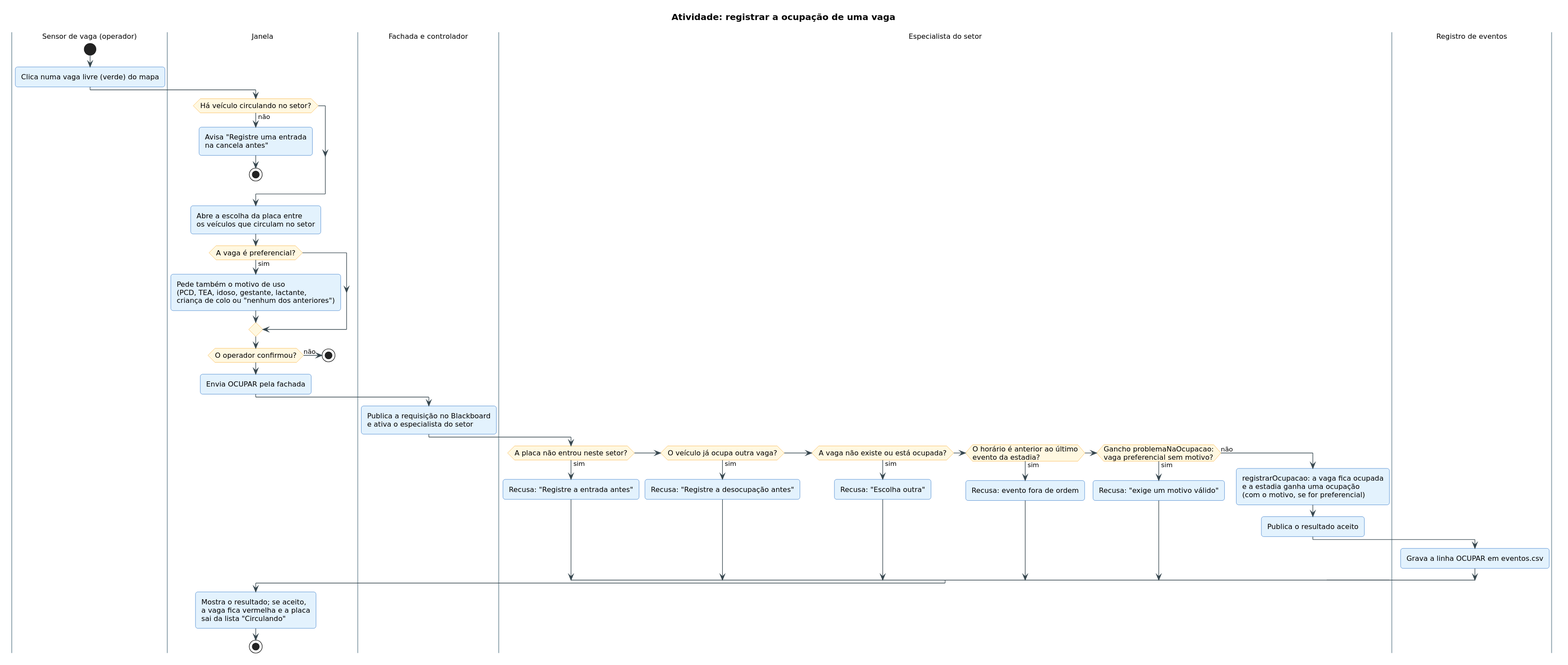
Before: faculdade/arquitetura-e-padroes-de-software/atividades_para_entregar/trabalho_final/descricao-arquitetural/diagramas/atividade-ocupacao.svg, a diagram exported from PlantUML (MatheusKubrusly/caderno-de-estudos).
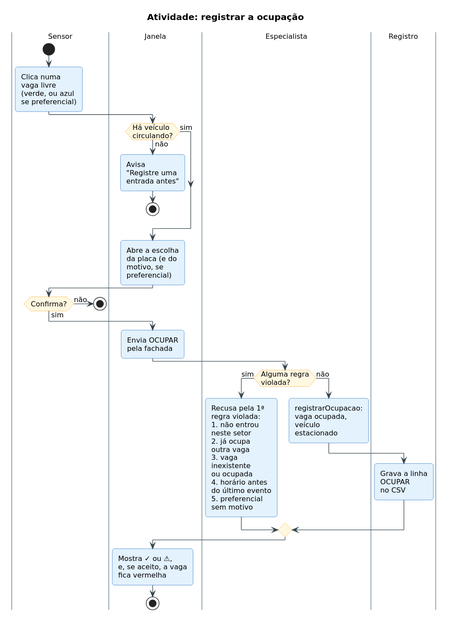
The same file after the commit.

What changed in the source:
```diff
@@ -1,54 +1,63 @@
 @startuml
 !include estilo.iuml
-title Atividade: registrar a ocupação de uma vaga
+title Atividade: registrar a ocupação
 
-|Sensor de vaga (operador)|
+|Sensor|
 start
-:Clica numa vaga livre (verde) do mapa;
+:Clica numa
+vaga livre
+(verde, ou azul
+se preferencial);
 |Janela|
-if (Há veículo circulando no setor?) then (não)
-  :Avisa "Registre uma entrada
-  na cancela antes";
+if (Há veículo
+circulando?) then (não)
+  :Avisa
+  "Registre uma
+  entrada antes";
   stop
+else (sim)
 endif
-:Abre a escolha da placa entre
-os veículos que circulam no setor;
-if (A vaga é preferencial?) then (sim)
-  :Pede também o motivo de uso
-  (PCD, TEA, idoso, gestante, lactante,
-  criança de colo ou "nenhum dos anteriores");
-endif
-if (O operador confirmou?) then (não)
+:Abre a escolha
+da placa (e do
+motivo, se
+preferencial);
+|Sensor|
+if (Confirma?) then (não)
   stop
-endif
-:Envia OCUPAR pela fachada;
-|Fachada e controlador|
-:Publica a requisição no Blackboard
-e ativa o especialista do setor;
-|Especialista do setor|
-if (A placa não entrou neste setor?) then (sim)
-  :Recusa: "Registre a entrada antes";
-elseif (O veículo já ocupa outra vaga?) then (sim)
-  :Recusa: "Registre a desocupação antes";
-elseif (A vaga não existe ou está ocupada?) then (sim)
-  :Recusa: "Escolha outra";
-elseif (O horário é anterior ao último
-evento da estadia?) then (sim)
-  :Recusa: evento fora de ordem;
-elseif (Gancho problemaNaOcupacao:
-vaga preferencial sem motivo?) then (sim)
-  :Recusa: "exige um motivo válido";
-else (não)
-  :registrarOcupacao: a vaga fica ocupada
-  e a estadia ganha uma ocupação
-  (com o motivo, se for preferencial);
-  :Publica o resultado aceito;
-  |Registro de eventos|
-  :Grava a linha OCUPAR em eventos.csv;
+else (sim)
 endif
 |Janela|
-:Mostra o resultado; se aceito,
-a vaga fica vermelha e a placa
-sai da lista "Circulando";
+:Envia OCUPAR
+pela fachada;
+|Especialista|
+if (Alguma regra
+violada?) then (sim)
+  :Recusa pela 1ª
+  regra violada:
+  1. não entrou
+  neste setor
+  2. já ocupa
+  outra vaga
+  3. vaga
+  inexistente
+  ou ocupada
+  4. horário antes
+  do último evento
+  5. preferencial
+  sem motivo;
+else (não)
+  :registrarOcupacao:
+  vaga ocupada,
+  veículo
+  estacionado;
+  |Registro|
+  :Grava a linha
+  OCUPAR
+  no CSV;
+endif
+|Janela|
+:Mostra ✓ ou ⚠,
+e, se aceito, a vaga
+fica vermelha;
 stop
 @enduml
```
